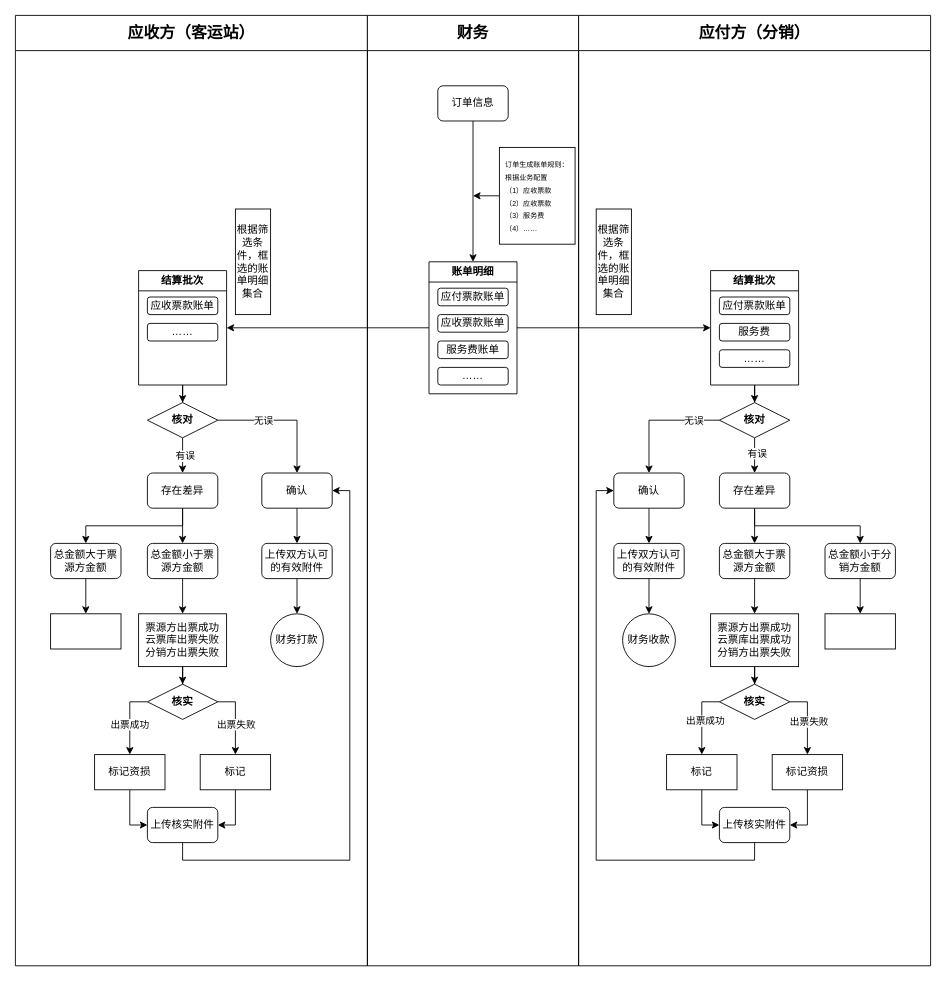
zero-97/picture-of-the-article keeps this draw.io diagram as 清分结算/清分结算.drawio. Above is the earlier version. Source tidied: cells renumbered, new cells numbered last; positions are measured from the earlier drawing's top-left corner, leaving out a move shared by most shapes. Both pictures are drawn from the tidied source at 88%, with x=0, y=0 at pixel (15, 15).
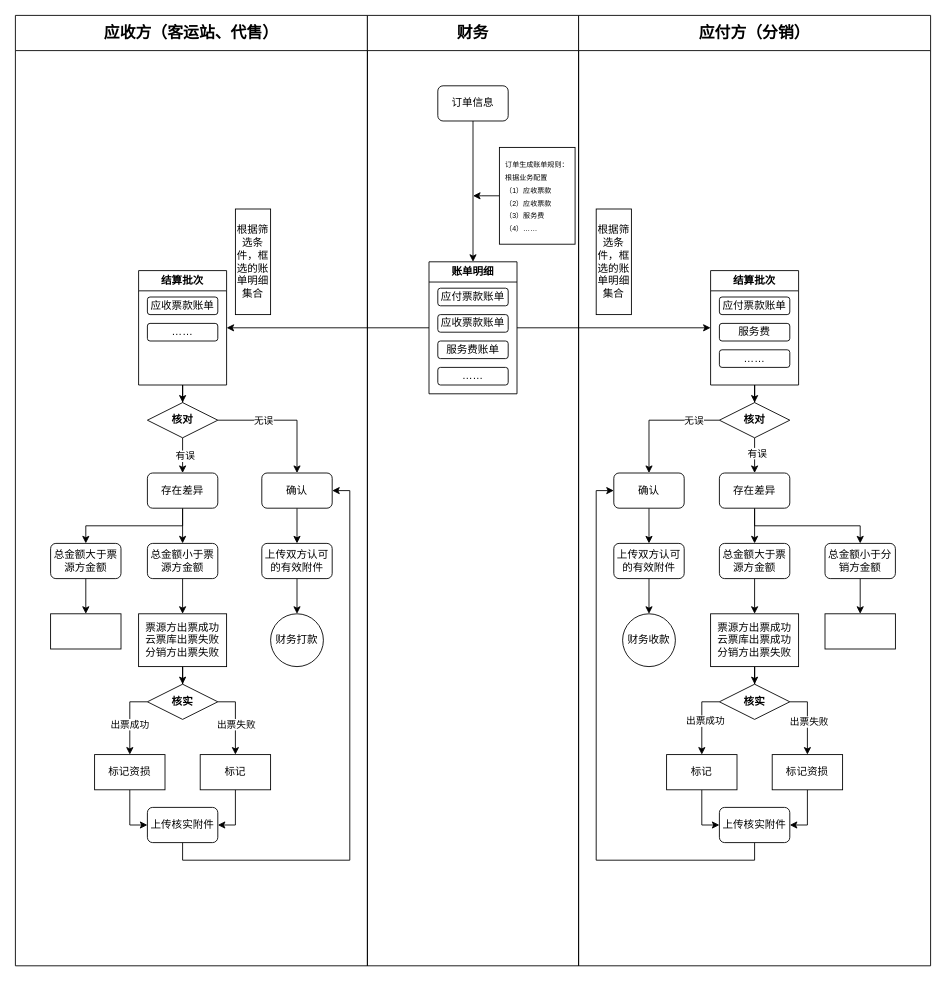
The same diagram, later.

Commit message:
更新清分结算.drawio

The edit, as a diff of the source:
```diff
@@
-    <mxCell id="2" value="&lt;font style=&quot;font-size: 18px;&quot;&gt;应收方（客运站）&lt;/font&gt;" style="swimlane;whiteSpace=wrap;html=1;startSize=40;" parent="1" vertex="1">
+    <mxCell id="2" value="&lt;font style=&quot;font-size: 18px;&quot;&gt;应收方（客运站、代售）&lt;/font&gt;" style="swimlane;whiteSpace=wrap;html=1;startSize=40;" parent="1" vertex="1">
       <mxGeometry width="400" height="1080" as="geometry" />
     </mxCell>
```
